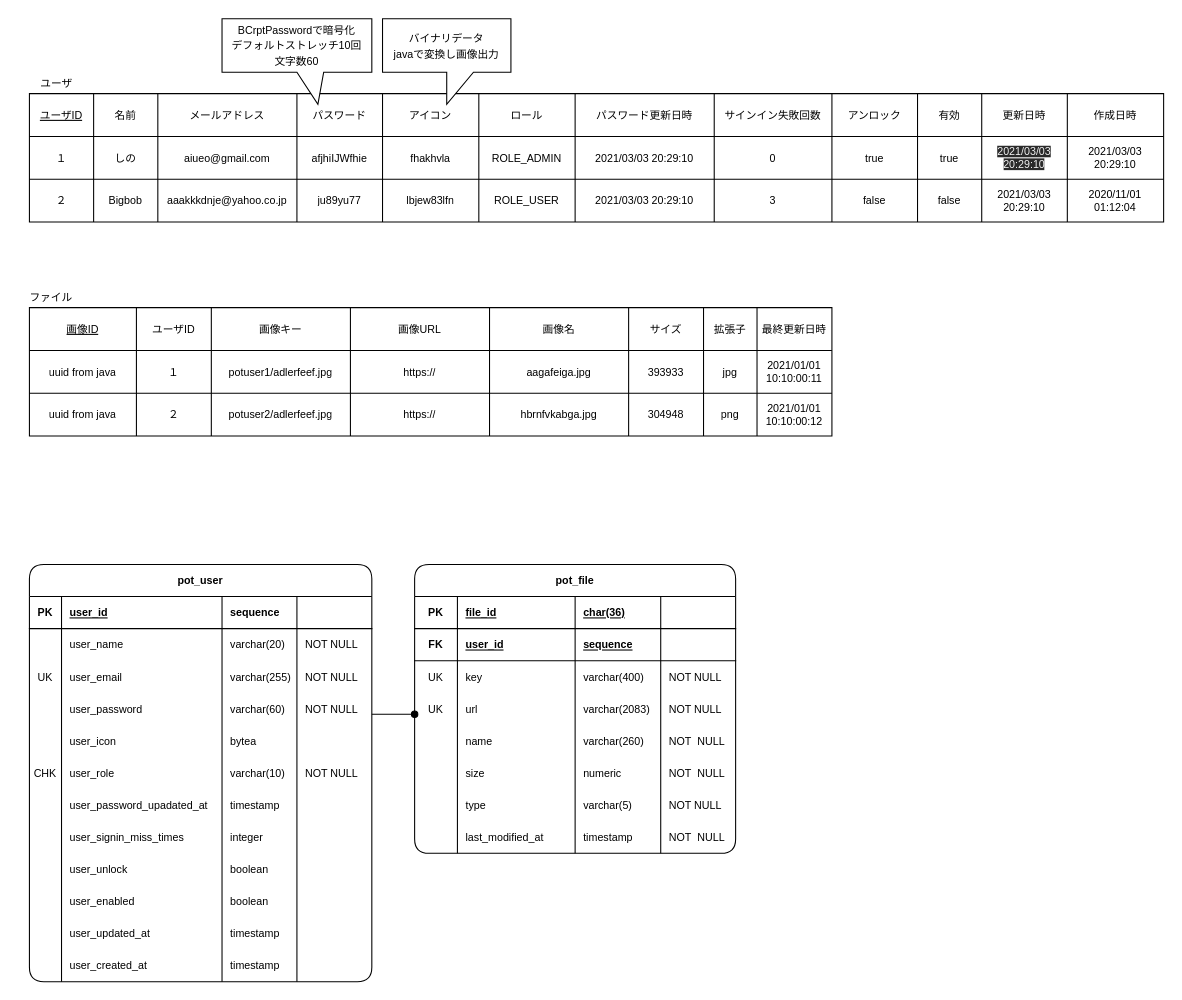
ODEN-t/imagepot keeps this draw.io diagram as page "テーブル表" (1 of 2) of ER.drawio. Above is the earlier version. Source tidied: cells renumbered, new cells numbered last; positions are measured from the earlier drawing's top-left corner, leaving out a move shared by most shapes. Both pictures are drawn from the tidied source at 107%, with x=0, y=0 at pixel (18, 18).
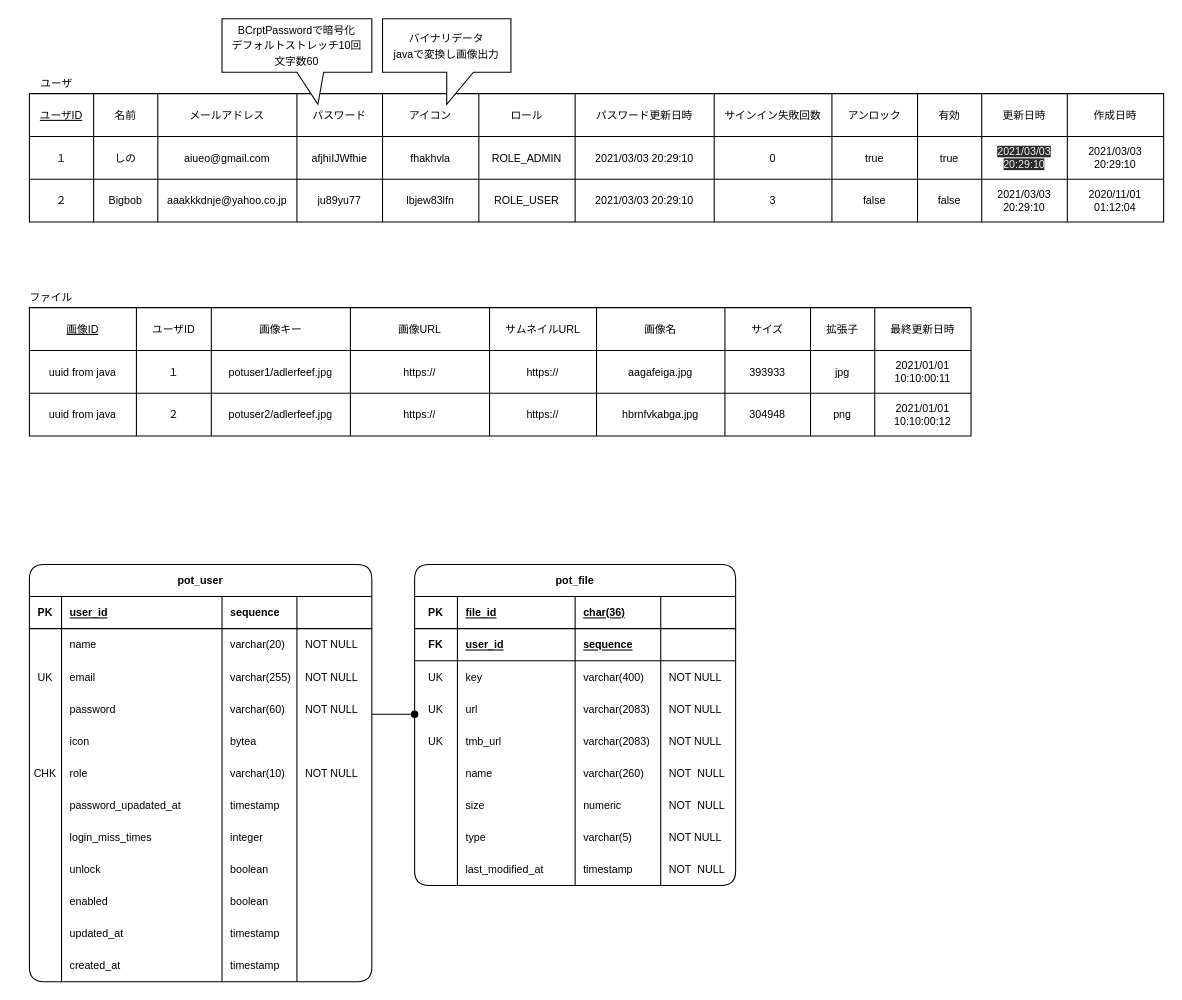
After the change.

Unchanged cells that the change refers to:
```xml
<mxCell id="8" style="shape=partialRectangle;fillColor=none;top=0;left=0;bottom=0;right=0;fontFamily=Helvetica;fontSize=10;" parent="2" vertex="1">
  <mxGeometry y="60" width="320" height="30" as="geometry" />
</mxCell>
<mxCell id="13" style="shape=partialRectangle;fillColor=none;top=0;left=0;bottom=0;right=0;fontFamily=Helvetica;fontSize=10;" parent="2" vertex="1">
  <mxGeometry y="90" width="320" height="30" as="geometry" />
</mxCell>
<mxCell id="18" style="shape=partialRectangle;fillColor=none;top=0;left=0;bottom=0;right=0;fontFamily=Helvetica;fontSize=10;" parent="2" vertex="1">
  <mxGeometry y="120" width="320" height="30" as="geometry" />
</mxCell>
<mxCell id="23" style="shape=partialRectangle;fillColor=none;top=0;left=0;bottom=0;right=0;fontFamily=Helvetica;fontSize=10;" parent="2" vertex="1">
  <mxGeometry y="150" width="320" height="30" as="geometry" />
</mxCell>
<mxCell id="28" style="shape=partialRectangle;fillColor=none;top=0;left=0;bottom=0;right=0;fontFamily=Helvetica;fontSize=10;" parent="2" vertex="1">
  <mxGeometry y="180" width="320" height="30" as="geometry" />
</mxCell>
<mxCell id="33" style="shape=partialRectangle;fillColor=none;top=0;left=0;bottom=0;right=0;fontFamily=Helvetica;fontSize=10;" parent="2" vertex="1">
  <mxGeometry y="210" width="320" height="30" as="geometry" />
</mxCell>
<mxCell id="38" style="shape=partialRectangle;fillColor=none;top=0;left=0;bottom=0;right=0;fontFamily=Helvetica;fontSize=10;" parent="2" vertex="1">
  <mxGeometry y="240" width="320" height="30" as="geometry" />
</mxCell>
<mxCell id="43" style="shape=partialRectangle;fillColor=none;top=0;left=0;bottom=0;right=0;fontFamily=Helvetica;fontSize=10;" parent="2" vertex="1">
  <mxGeometry y="270" width="320" height="30" as="geometry" />
</mxCell>
<mxCell id="48" style="shape=partialRectangle;fillColor=none;top=0;left=0;bottom=0;right=0;fontFamily=Helvetica;fontSize=10;" parent="2" vertex="1">
  <mxGeometry y="300" width="320" height="30" as="geometry" />
</mxCell>
<mxCell id="53" style="shape=partialRectangle;fillColor=none;top=0;left=0;bottom=0;right=0;fontFamily=Helvetica;fontSize=10;" parent="2" vertex="1">
  <mxGeometry y="330" width="320" height="30" as="geometry" />
</mxCell>
<mxCell id="58" style="shape=partialRectangle;fillColor=none;top=0;left=0;bottom=0;right=0;fontFamily=Helvetica;fontSize=10;" parent="2" vertex="1">
  <mxGeometry y="360" width="320" height="30" as="geometry" />
</mxCell>
```

The edit, as a diff of the source:
```diff
@@
-    <mxCell id="10" value="user_name" style="shape=partialRectangle;fillColor=none;top=0;left=0;bottom=0;right=0;align=left;spacingLeft=6;overflow=hidden;fontFamily=Helvetica;fontSize=10;" parent="8" vertex="1">
+    <mxCell id="10" value="name" style="shape=partialRectangle;fillColor=none;top=0;left=0;bottom=0;right=0;align=left;spacingLeft=6;overflow=hidden;fontFamily=Helvetica;fontSize=10;" parent="8" vertex="1">
       <mxGeometry x="30" width="150" height="30" as="geometry" />
     </mxCell>
@@
-    <mxCell id="15" value="user_email" style="shape=partialRectangle;fillColor=none;top=0;left=0;bottom=0;right=0;align=left;spacingLeft=6;overflow=hidden;fontFamily=Helvetica;fontSize=10;" parent="13" vertex="1">
+    <mxCell id="15" value="email" style="shape=partialRectangle;fillColor=none;top=0;left=0;bottom=0;right=0;align=left;spacingLeft=6;overflow=hidden;fontFamily=Helvetica;fontSize=10;" parent="13" vertex="1">
       <mxGeometry x="30" width="150" height="30" as="geometry" />
     </mxCell>
@@
-    <mxCell id="20" value="user_password" style="shape=partialRectangle;fillColor=none;top=0;left=0;bottom=0;right=0;align=left;spacingLeft=6;overflow=hidden;fontFamily=Helvetica;fontSize=10;" parent="18" vertex="1">
+    <mxCell id="20" value="password" style="shape=partialRectangle;fillColor=none;top=0;left=0;bottom=0;right=0;align=left;spacingLeft=6;overflow=hidden;fontFamily=Helvetica;fontSize=10;" parent="18" vertex="1">
       <mxGeometry x="30" width="150" height="30" as="geometry" />
     </mxCell>
@@
-    <mxCell id="25" value="user_icon" style="shape=partialRectangle;fillColor=none;top=0;left=0;bottom=0;right=0;align=left;spacingLeft=6;overflow=hidden;fontFamily=Helvetica;fontSize=10;" parent="23" vertex="1">
+    <mxCell id="25" value="icon" style="shape=partialRectangle;fillColor=none;top=0;left=0;bottom=0;right=0;align=left;spacingLeft=6;overflow=hidden;fontFamily=Helvetica;fontSize=10;" parent="23" vertex="1">
       <mxGeometry x="30" width="150" height="30" as="geometry" />
     </mxCell>
@@
-    <mxCell id="30" value="user_role" style="shape=partialRectangle;fillColor=none;top=0;left=0;bottom=0;right=0;align=left;spacingLeft=6;overflow=hidden;fontFamily=Helvetica;fontSize=10;" parent="28" vertex="1">
+    <mxCell id="30" value="role" style="shape=partialRectangle;fillColor=none;top=0;left=0;bottom=0;right=0;align=left;spacingLeft=6;overflow=hidden;fontFamily=Helvetica;fontSize=10;" parent="28" vertex="1">
       <mxGeometry x="30" width="150" height="30" as="geometry" />
     </mxCell>
@@
-    <mxCell id="35" value="user_password_upadated_at" style="shape=partialRectangle;fillColor=none;top=0;left=0;bottom=0;right=0;align=left;spacingLeft=6;overflow=hidden;fontFamily=Helvetica;fontSize=10;" parent="33" vertex="1">
+    <mxCell id="35" value="password_upadated_at" style="shape=partialRectangle;fillColor=none;top=0;left=0;bottom=0;right=0;align=left;spacingLeft=6;overflow=hidden;fontFamily=Helvetica;fontSize=10;" parent="33" vertex="1">
       <mxGeometry x="30" width="150" height="30" as="geometry" />
     </mxCell>
@@
-    <mxCell id="40" value="user_signin_miss_times" style="shape=partialRectangle;fillColor=none;top=0;left=0;bottom=0;right=0;align=left;spacingLeft=6;overflow=hidden;fontFamily=Helvetica;fontSize=10;" parent="38" vertex="1">
+    <mxCell id="40" value="login_miss_times" style="shape=partialRectangle;fillColor=none;top=0;left=0;bottom=0;right=0;align=left;spacingLeft=6;overflow=hidden;fontFamily=Helvetica;fontSize=10;" parent="38" vertex="1">
       <mxGeometry x="30" width="150" height="30" as="geometry" />
     </mxCell>
@@
-    <mxCell id="45" value="user_unlock" style="shape=partialRectangle;fillColor=none;top=0;left=0;bottom=0;right=0;align=left;spacingLeft=6;overflow=hidden;fontFamily=Helvetica;fontSize=10;" parent="43" vertex="1">
+    <mxCell id="45" value="unlock" style="shape=partialRectangle;fillColor=none;top=0;left=0;bottom=0;right=0;align=left;spacingLeft=6;overflow=hidden;fontFamily=Helvetica;fontSize=10;" parent="43" vertex="1">
       <mxGeometry x="30" width="150" height="30" as="geometry" />
     </mxCell>
@@
-    <mxCell id="50" value="user_enabled" style="shape=partialRectangle;fillColor=none;top=0;left=0;bottom=0;right=0;align=left;spacingLeft=6;overflow=hidden;fontFamily=Helvetica;fontSize=10;" parent="48" vertex="1">
+    <mxCell id="50" value="enabled" style="shape=partialRectangle;fillColor=none;top=0;left=0;bottom=0;right=0;align=left;spacingLeft=6;overflow=hidden;fontFamily=Helvetica;fontSize=10;" parent="48" vertex="1">
       <mxGeometry x="30" width="150" height="30" as="geometry" />
     </mxCell>
@@
-    <mxCell id="55" value="user_updated_at" style="shape=partialRectangle;fillColor=none;top=0;left=0;bottom=0;right=0;align=left;spacingLeft=6;overflow=hidden;fontFamily=Helvetica;fontSize=10;" parent="53" vertex="1">
+    <mxCell id="55" value="updated_at" style="shape=partialRectangle;fillColor=none;top=0;left=0;bottom=0;right=0;align=left;spacingLeft=6;overflow=hidden;fontFamily=Helvetica;fontSize=10;" parent="53" vertex="1">
       <mxGeometry x="30" width="150" height="30" as="geometry" />
     </mxCell>
@@
-    <mxCell id="60" value="user_created_at" style="shape=partialRectangle;fillColor=none;top=0;left=0;bottom=0;right=0;align=left;spacingLeft=6;overflow=hidden;fontFamily=Helvetica;fontSize=10;" parent="58" vertex="1">
+    <mxCell id="60" value="created_at" style="shape=partialRectangle;fillColor=none;top=0;left=0;bottom=0;right=0;align=left;spacingLeft=6;overflow=hidden;fontFamily=Helvetica;fontSize=10;" parent="58" vertex="1">
       <mxGeometry x="30" width="150" height="30" as="geometry" />
     </mxCell>
@@
     <mxCell id="63" value="pot_file" style="shape=table;startSize=30;childLayout=tableLayout;rowLines=0;fontStyle=1;align=center;rounded=1;shadow=0;dashed=0;strokeWidth=1;fontFamily=Helvetica;fontSize=10;" parent="1" vertex="1">
-      <mxGeometry x="370" y="510" width="300" height="270" as="geometry" />
+      <mxGeometry x="370" y="510" width="300" height="300" as="geometry" />
     </mxCell>
@@
+    <mxCell id="178" style="shape=partialRectangle;fillColor=none;top=0;left=0;bottom=0;right=0;fontFamily=Helvetica;fontSize=10;" parent="63" vertex="1">
+      <mxGeometry y="150" width="300" height="30" as="geometry" />
+    </mxCell>
+    <mxCell id="179" value="UK" style="shape=partialRectangle;fillColor=none;top=0;left=0;bottom=0;right=0;overflow=hidden;fontFamily=Helvetica;fontSize=10;" parent="178" vertex="1">
+      <mxGeometry width="40" height="30" as="geometry" />
+    </mxCell>
+    <mxCell id="180" value="tmb_url" style="shape=partialRectangle;fillColor=none;top=0;left=0;bottom=0;right=0;align=left;spacingLeft=6;overflow=hidden;fontFamily=Helvetica;fontSize=10;" parent="178" vertex="1">
+      <mxGeometry x="40" width="110" height="30" as="geometry" />
+    </mxCell>
+    <mxCell id="181" value="varchar(2083)" style="shape=partialRectangle;fillColor=none;top=0;left=0;bottom=0;right=0;align=left;spacingLeft=6;overflow=hidden;fontFamily=Helvetica;fontSize=10;" parent="178" vertex="1">
+      <mxGeometry x="150" width="80" height="30" as="geometry" />
+    </mxCell>
+    <mxCell id="182" value="NOT NULL" style="shape=partialRectangle;fillColor=none;top=0;left=0;bottom=0;right=0;align=left;spacingLeft=6;overflow=hidden;fontFamily=Helvetica;fontSize=10;" parent="178" vertex="1">
+      <mxGeometry x="230" width="70" height="30" as="geometry" />
+    </mxCell>
     <mxCell id="84" style="shape=partialRectangle;fillColor=none;top=0;left=0;bottom=0;right=0;fontFamily=Helvetica;fontSize=10;" parent="63" vertex="1">
-      <mxGeometry y="150" width="300" height="30" as="geometry" />
+      <mxGeometry y="180" width="300" height="30" as="geometry" />
     </mxCell>
@@
     <mxCell id="89" style="shape=partialRectangle;fillColor=none;top=0;left=0;bottom=0;right=0;fontFamily=Helvetica;fontSize=10;" parent="63" vertex="1">
-      <mxGeometry y="180" width="300" height="30" as="geometry" />
+      <mxGeometry y="210" width="300" height="30" as="geometry" />
     </mxCell>
@@
     <mxCell id="94" style="shape=partialRectangle;fillColor=none;top=0;left=0;bottom=0;right=0;fontFamily=Helvetica;fontSize=10;" parent="63" vertex="1">
-      <mxGeometry y="210" width="300" height="30" as="geometry" />
+      <mxGeometry y="240" width="300" height="30" as="geometry" />
     </mxCell>
@@
     <mxCell id="99" style="shape=partialRectangle;fillColor=none;top=0;left=0;bottom=0;right=0;fontFamily=Helvetica;fontSize=10;" parent="63" vertex="1">
-      <mxGeometry y="240" width="300" height="30" as="geometry" />
+      <mxGeometry y="270" width="300" height="30" as="geometry" />
     </mxCell>
@@
     <mxCell id="145" style="shape=table;html=1;whiteSpace=wrap;startSize=0;childLayout=tableLayout;fontFamily=Helvetica;fontSize=10;" parent="1" vertex="1">
-      <mxGeometry x="10" y="270" width="750" height="120" as="geometry" />
+      <mxGeometry x="10" y="270" width="880" height="120" as="geometry" />
     </mxCell>
     <mxCell id="146" style="shape=partialRectangle;html=1;whiteSpace=wrap;fillColor=none;top=0;left=0;bottom=0;right=0;fontSize=10;" parent="145" vertex="1">
-      <mxGeometry width="750" height="40" as="geometry" />
+      <mxGeometry width="880" height="40" as="geometry" />
     </mxCell>
@@
+    <mxCell id="183" value="サムネイルURL" style="shape=partialRectangle;html=1;whiteSpace=wrap;fillColor=none;top=0;left=0;bottom=0;right=0;overflow=hidden;fontSize=10;fontStyle=0;" parent="146" vertex="1">
+      <mxGeometry x="430" width="100" height="40" as="geometry" />
+    </mxCell>
     <mxCell id="151" value="画像名" style="shape=partialRectangle;html=1;whiteSpace=wrap;fillColor=none;top=0;left=0;bottom=0;right=0;overflow=hidden;fontSize=10;fontStyle=0;" parent="146" vertex="1">
-      <mxGeometry x="430" width="130" height="40" as="geometry" />
+      <mxGeometry x="530" width="120" height="40" as="geometry" />
     </mxCell>
     <mxCell id="152" value="サイズ" style="shape=partialRectangle;html=1;whiteSpace=wrap;fillColor=none;top=0;left=0;bottom=0;right=0;overflow=hidden;fontSize=10;" parent="146" vertex="1">
-      <mxGeometry x="560" width="70" height="40" as="geometry" />
+      <mxGeometry x="650" width="80" height="40" as="geometry" />
     </mxCell>
     <mxCell id="153" value="拡張子" style="shape=partialRectangle;html=1;whiteSpace=wrap;fillColor=none;top=0;left=0;bottom=0;right=0;overflow=hidden;fontSize=10;" parent="146" vertex="1">
-      <mxGeometry x="630" width="50" height="40" as="geometry" />
+      <mxGeometry x="730" width="60" height="40" as="geometry" />
     </mxCell>
     <mxCell id="154" value="最終更新日時" style="shape=partialRectangle;html=1;whiteSpace=wrap;fillColor=none;top=0;left=0;bottom=0;right=0;overflow=hidden;fontSize=10;" parent="146" vertex="1">
-      <mxGeometry x="680" width="70" height="40" as="geometry" />
+      <mxGeometry x="790" width="90" height="40" as="geometry" />
     </mxCell>
     <mxCell id="155" style="shape=partialRectangle;html=1;whiteSpace=wrap;fillColor=none;top=0;left=0;bottom=0;right=0;fontSize=10;" parent="145" vertex="1">
-      <mxGeometry y="40" width="750" height="40" as="geometry" />
+      <mxGeometry y="40" width="880" height="40" as="geometry" />
     </mxCell>
@@
+    <mxCell id="184" value="&lt;span&gt;https://&lt;/span&gt;" style="shape=partialRectangle;html=1;whiteSpace=wrap;fillColor=none;top=0;left=0;bottom=0;right=0;overflow=hidden;fontSize=10;" parent="155" vertex="1">
+      <mxGeometry x="430" width="100" height="40" as="geometry" />
+    </mxCell>
     <mxCell id="160" value="aagafeiga.jpg" style="shape=partialRectangle;html=1;whiteSpace=wrap;fillColor=none;top=0;left=0;bottom=0;right=0;overflow=hidden;fontSize=10;" parent="155" vertex="1">
-      <mxGeometry x="430" width="130" height="40" as="geometry" />
+      <mxGeometry x="530" width="120" height="40" as="geometry" />
     </mxCell>
     <mxCell id="161" value="393933" style="shape=partialRectangle;html=1;whiteSpace=wrap;fillColor=none;top=0;left=0;bottom=0;right=0;overflow=hidden;fontSize=10;" parent="155" vertex="1">
-      <mxGeometry x="560" width="70" height="40" as="geometry" />
+      <mxGeometry x="650" width="80" height="40" as="geometry" />
     </mxCell>
     <mxCell id="162" value="jpg" style="shape=partialRectangle;html=1;whiteSpace=wrap;fillColor=none;top=0;left=0;bottom=0;right=0;overflow=hidden;fontSize=10;" parent="155" vertex="1">
-      <mxGeometry x="630" width="50" height="40" as="geometry" />
+      <mxGeometry x="730" width="60" height="40" as="geometry" />
     </mxCell>
     <mxCell id="163" value="2021/01/01 10:10:00:11" style="shape=partialRectangle;html=1;whiteSpace=wrap;fillColor=none;top=0;left=0;bottom=0;right=0;overflow=hidden;fontSize=10;" parent="155" vertex="1">
-      <mxGeometry x="680" width="70" height="40" as="geometry" />
+      <mxGeometry x="790" width="90" height="40" as="geometry" />
     </mxCell>
     <mxCell id="164" style="shape=partialRectangle;html=1;whiteSpace=wrap;fillColor=none;top=0;left=0;bottom=0;right=0;fontSize=10;" parent="145" vertex="1">
-      <mxGeometry y="80" width="750" height="40" as="geometry" />
+      <mxGeometry y="80" width="880" height="40" as="geometry" />
     </mxCell>
@@
+    <mxCell id="185" value="&lt;span&gt;https://&lt;/span&gt;" style="shape=partialRectangle;html=1;whiteSpace=wrap;fillColor=none;top=0;left=0;bottom=0;right=0;overflow=hidden;fontSize=10;" parent="164" vertex="1">
+      <mxGeometry x="430" width="100" height="40" as="geometry" />
+    </mxCell>
     <mxCell id="169" value="hbrnfvkabga.jpg" style="shape=partialRectangle;html=1;whiteSpace=wrap;fillColor=none;top=0;left=0;bottom=0;right=0;overflow=hidden;fontSize=10;" parent="164" vertex="1">
-      <mxGeometry x="430" width="130" height="40" as="geometry" />
+      <mxGeometry x="530" width="120" height="40" as="geometry" />
     </mxCell>
     <mxCell id="170" value="304948" style="shape=partialRectangle;html=1;whiteSpace=wrap;fillColor=none;top=0;left=0;bottom=0;right=0;overflow=hidden;fontSize=10;" parent="164" vertex="1">
-      <mxGeometry x="560" width="70" height="40" as="geometry" />
+      <mxGeometry x="650" width="80" height="40" as="geometry" />
     </mxCell>
     <mxCell id="171" value="png" style="shape=partialRectangle;html=1;whiteSpace=wrap;fillColor=none;top=0;left=0;bottom=0;right=0;overflow=hidden;fontSize=10;" parent="164" vertex="1">
-      <mxGeometry x="630" width="50" height="40" as="geometry" />
+      <mxGeometry x="730" width="60" height="40" as="geometry" />
     </mxCell>
     <mxCell id="172" value="2021/01/01 10:10:00:12" style="shape=partialRectangle;html=1;whiteSpace=wrap;fillColor=none;top=0;left=0;bottom=0;right=0;overflow=hidden;fontSize=10;" parent="164" vertex="1">
-      <mxGeometry x="680" width="70" height="40" as="geometry" />
+      <mxGeometry x="790" width="90" height="40" as="geometry" />
     </mxCell>
```
